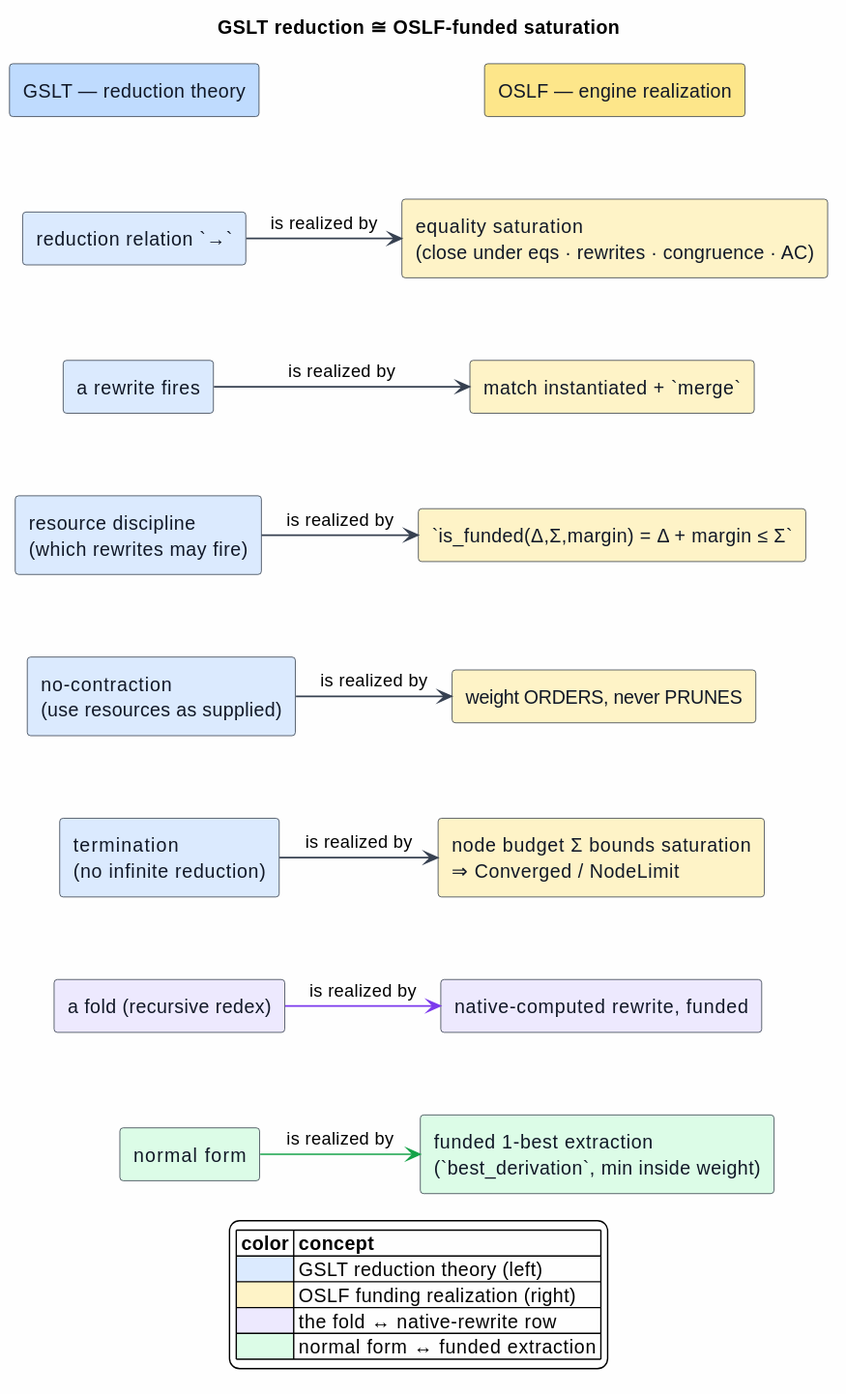
This is docs/design/dovetail-engine/figures/12-gslt-oslf-correspondence.svg from F1R3FLY-io/mettail-rust, a PlantUML export, as it was before one commit. Source of this version:
```plantuml
@startuml
title GSLT reduction  ≅  OSLF-funded saturation

skinparam backgroundColor #FEFEFE
skinparam shadowing false
skinparam ArrowColor #374151
skinparam ArrowThickness 1.2
skinparam rectangle {
  BorderColor #1F2937
  FontColor #111827
}

rectangle "GSLT — reduction theory" as GH #BFDBFE
rectangle "OSLF — engine realization" as OH #FDE68A

rectangle "reduction relation  `→`" as L1 #DBEAFE
rectangle "equality saturation\n(close under eqs · rewrites · congruence · AC)" as R1 #FEF3C7
rectangle "a rewrite fires" as L2 #DBEAFE
rectangle "match instantiated + `merge`" as R2 #FEF3C7
rectangle "resource discipline\n(which rewrites may fire)" as L3 #DBEAFE
rectangle "`is_funded(Δ,Σ,margin) = Δ + margin ≤ Σ`" as R3 #FEF3C7
rectangle "no-contraction\n(use resources as supplied)" as L4 #DBEAFE
rectangle "weight ORDERS, never PRUNES" as R4 #FEF3C7
rectangle "termination\n(no infinite reduction)" as L5 #DBEAFE
rectangle "node budget Σ bounds saturation\n⇒ Converged / NodeLimit" as R5 #FEF3C7
rectangle "a fold (recursive redex)" as L6 #EDE9FE
rectangle "native-computed rewrite, funded" as R6 #EDE9FE
rectangle "normal form" as L7 #DCFCE7
rectangle "funded 1-best extraction\n(`best_derivation`, min inside weight)" as R7 #DCFCE7

GH -[hidden]down- L1
OH -[hidden]down- R1

L1 -[#374151]right-> R1 : is realized by
L2 -[#374151]right-> R2 : is realized by
L3 -[#374151]right-> R3 : is realized by
L4 -[#374151]right-> R4 : is realized by
L5 -[#374151]right-> R5 : is realized by
L6 -[#7C3AED]right-> R6 : is realized by
L7 -[#16A34A]right-> R7 : is realized by

L1 -[hidden]down- L2
L2 -[hidden]down- L3
L3 -[hidden]down- L4
L4 -[hidden]down- L5
L5 -[hidden]down- L6
L6 -[hidden]down- L7
R1 -[hidden]down- R2
R2 -[hidden]down- R3
R3 -[hidden]down- R4
R4 -[hidden]down- R5
R5 -[hidden]down- R6
R6 -[hidden]down- R7

legend bottom
  |= color |= concept |
  |<#DBEAFE>| GSLT reduction theory (left) |
  |<#FEF3C7>| OSLF funding realization (right) |
  |<#EDE9FE>| the fold ↔ native-rewrite row |
  |<#DCFCE7>| normal form ↔ funded extraction |
endlegend
@enduml
```
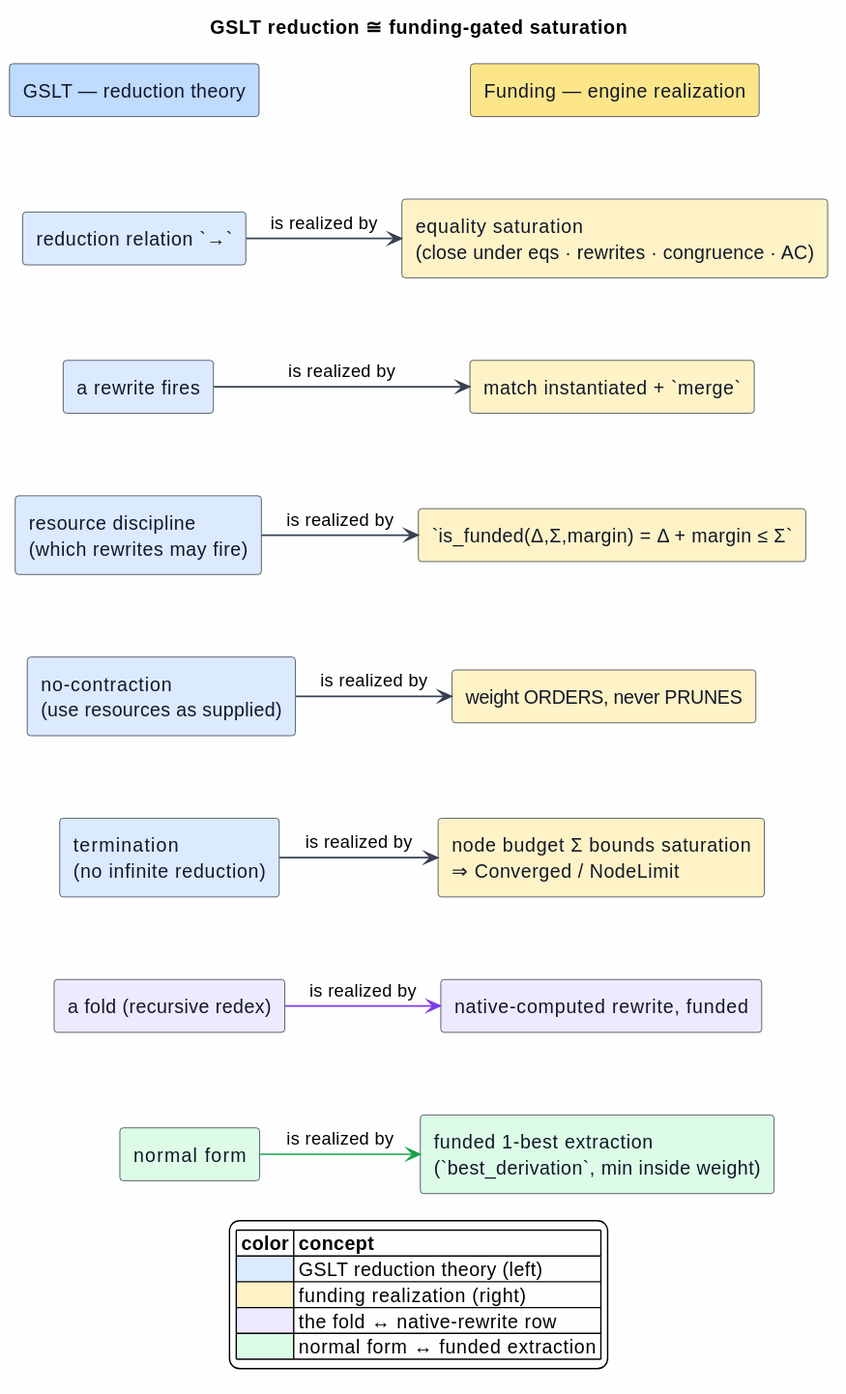
After the change.

Change to the diagram source:
```diff
@@ -1,5 +1,5 @@
 @startuml
-title GSLT reduction  ≅  OSLF-funded saturation
+title GSLT reduction  ≅  funding-gated saturation
 
 skinparam backgroundColor #FEFEFE
 skinparam shadowing false
@@ -11,7 +11,7 @@
 }
 
 rectangle "GSLT — reduction theory" as GH #BFDBFE
-rectangle "OSLF — engine realization" as OH #FDE68A
+rectangle "Funding — engine realization" as OH #FDE68A
 
 rectangle "reduction relation  `→`" as L1 #DBEAFE
 rectangle "equality saturation\n(close under eqs · rewrites · congruence · AC)" as R1 #FEF3C7
@@ -55,7 +55,7 @@
 legend bottom
   |= color |= concept |
   |<#DBEAFE>| GSLT reduction theory (left) |
-  |<#FEF3C7>| OSLF funding realization (right) |
+  |<#FEF3C7>| funding realization (right) |
   |<#EDE9FE>| the fold ↔ native-rewrite row |
   |<#DCFCE7>| normal form ↔ funded extraction |
 endlegend
```
